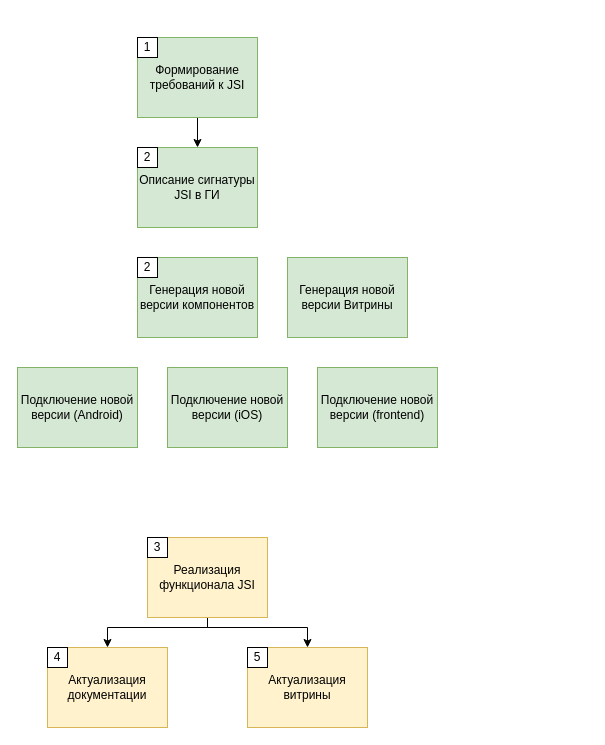
Before: dc-webview-new-flow.drawio in Lomovskiy/drawio, a draw.io diagram. Source tidied: cells renumbered, new cells numbered last; positions are measured from the earlier drawing's top-left corner, leaving out a move shared by most shapes. Both pictures are drawn from the tidied source at 100%, with x=0, y=0 at pixel (17, 37).
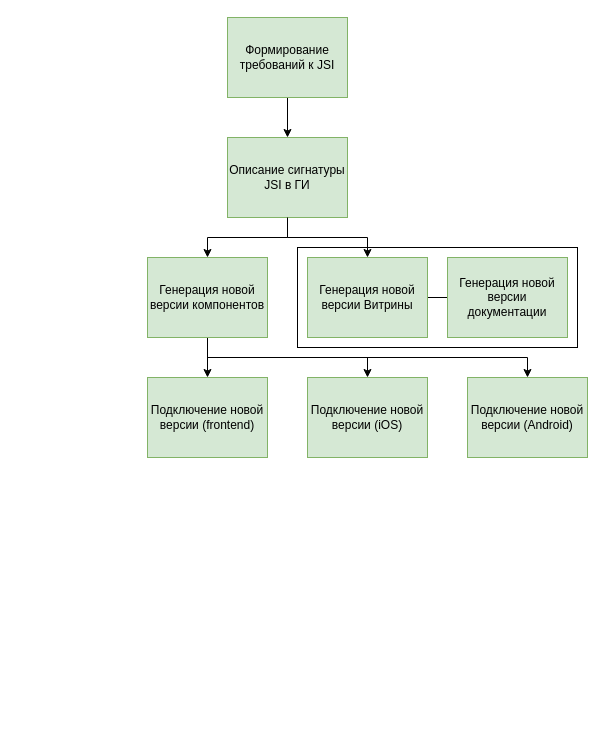
The same page after the edit.

Diff of the diagram source:
```diff
@@
     <mxCell id="3" value="Формирование требований к JSI" style="rounded=0;whiteSpace=wrap;html=1;enumerate=0;fillColor=#d5e8d4;strokeColor=#82b366;" parent="1" vertex="1">
-      <mxGeometry x="120" width="120" height="80" as="geometry" />
+      <mxGeometry x="210" y="-20" width="120" height="80" as="geometry" />
     </mxCell>
+    <mxCell id="21" style="edgeStyle=orthogonalEdgeStyle;rounded=0;jettySize=auto;html=1;exitX=0.5;exitY=1;exitDx=0;exitDy=0;entryX=0.5;entryY=0;entryDx=0;entryDy=0;" parent="1" edge="1" source="4" target="15">
+      <mxGeometry relative="1" as="geometry" />
+    </mxCell>
     <mxCell id="4" value="Описание сигнатуры JSI в ГИ" style="rounded=0;whiteSpace=wrap;html=1;enumerate=0;fillColor=#d5e8d4;strokeColor=#82b366;" parent="1" vertex="1">
-      <mxGeometry x="120" y="110" width="120" height="80" as="geometry" />
+      <mxGeometry x="210" y="100" width="120" height="80" as="geometry" />
     </mxCell>
-    <mxCell id="5" style="edgeStyle=orthogonalEdgeStyle;rounded=0;jettySize=auto;html=1;exitX=0.5;exitY=1;exitDx=0;exitDy=0;entryX=0.5;entryY=0;entryDx=0;entryDy=0;" parent="1" edge="1" source="7" target="8">
-      <mxGeometry relative="1" as="geometry">
-        <Array as="points">
-          <mxPoint x="190" y="590" />
-          <mxPoint x="90" y="590" />
-        </Array>
-      </mxGeometry>
-    </mxCell>
-    <mxCell id="6" style="edgeStyle=orthogonalEdgeStyle;rounded=0;jettySize=auto;html=1;exitX=0.5;exitY=1;exitDx=0;exitDy=0;entryX=0.5;entryY=0;entryDx=0;entryDy=0;" parent="1" edge="1" source="7" target="9">
-      <mxGeometry relative="1" as="geometry">
-        <Array as="points">
-          <mxPoint x="190" y="590" />
-          <mxPoint x="290" y="590" />
-        </Array>
-      </mxGeometry>
-    </mxCell>
-    <mxCell id="7" value="Реализация функционала JSI" style="rounded=0;whiteSpace=wrap;html=1;enumerate=0;fillColor=#fff2cc;strokeColor=#d6b656;" parent="1" vertex="1">
-      <mxGeometry x="130" y="500" width="120" height="80" as="geometry" />
-    </mxCell>
-    <mxCell id="8" value="Актуализация документации" style="rounded=0;whiteSpace=wrap;html=1;enumerate=0;fillColor=#fff2cc;strokeColor=#d6b656;" parent="1" vertex="1">
-      <mxGeometry x="30" y="610" width="120" height="80" as="geometry" />
-    </mxCell>
-    <mxCell id="9" value="Актуализация витрины" style="rounded=0;whiteSpace=wrap;html=1;enumerate=0;fillColor=#fff2cc;strokeColor=#d6b656;" parent="1" vertex="1">
-      <mxGeometry x="230" y="610" width="120" height="80" as="geometry" />
-    </mxCell>
-    <mxCell id="10" value="1" style="rounded=0;whiteSpace=wrap;html=1;" parent="1" vertex="1">
-      <mxGeometry x="120" width="20" height="20" as="geometry" />
-    </mxCell>
-    <mxCell id="11" value="2" style="rounded=0;whiteSpace=wrap;html=1;" parent="1" vertex="1">
-      <mxGeometry x="120" y="110" width="20" height="20" as="geometry" />
-    </mxCell>
-    <mxCell id="12" value="3" style="rounded=0;whiteSpace=wrap;html=1;" parent="1" vertex="1">
-      <mxGeometry x="130" y="500" width="20" height="20" as="geometry" />
-    </mxCell>
-    <mxCell id="13" value="4" style="rounded=0;whiteSpace=wrap;html=1;" parent="1" vertex="1">
-      <mxGeometry x="30" y="610" width="20" height="20" as="geometry" />
-    </mxCell>
-    <mxCell id="14" value="5" style="rounded=0;whiteSpace=wrap;html=1;" parent="1" vertex="1">
-      <mxGeometry x="230" y="610" width="20" height="20" as="geometry" />
-    </mxCell>
+    <mxCell id="22" style="edgeStyle=orthogonalEdgeStyle;rounded=0;jettySize=auto;html=1;exitX=0.5;exitY=1;exitDx=0;exitDy=0;entryX=0.5;entryY=0;entryDx=0;entryDy=0;" parent="1" edge="1" source="15" target="19">
+      <mxGeometry relative="1" as="geometry" />
+    </mxCell>
+    <mxCell id="23" style="edgeStyle=orthogonalEdgeStyle;rounded=0;jettySize=auto;html=1;exitX=0.5;exitY=1;exitDx=0;exitDy=0;entryX=0.5;entryY=0;entryDx=0;entryDy=0;" parent="1" edge="1" source="15" target="18">
+      <mxGeometry relative="1" as="geometry" />
+    </mxCell>
+    <mxCell id="24" style="edgeStyle=orthogonalEdgeStyle;rounded=0;jettySize=auto;html=1;exitX=0.5;exitY=1;exitDx=0;exitDy=0;entryX=0.5;entryY=0;entryDx=0;entryDy=0;" parent="1" edge="1" source="15" target="17">
+      <mxGeometry relative="1" as="geometry" />
+    </mxCell>
     <mxCell id="15" value="Генерация новой версии компонентов" style="rounded=0;whiteSpace=wrap;html=1;enumerate=0;fillColor=#d5e8d4;strokeColor=#82b366;" parent="1" vertex="1">
-      <mxGeometry x="120" y="220" width="120" height="80" as="geometry" />
+      <mxGeometry x="130" y="220" width="120" height="80" as="geometry" />
     </mxCell>
-    <mxCell id="16" value="2" style="rounded=0;whiteSpace=wrap;html=1;" parent="1" vertex="1">
-      <mxGeometry x="120" y="220" width="20" height="20" as="geometry" />
-    </mxCell>
     <mxCell id="17" value="Подключение новой версии (Android)" style="rounded=0;whiteSpace=wrap;html=1;enumerate=0;fillColor=#d5e8d4;strokeColor=#82b366;" parent="1" vertex="1">
-      <mxGeometry y="330" width="120" height="80" as="geometry" />
+      <mxGeometry x="450" y="340" width="120" height="80" as="geometry" />
     </mxCell>
     <mxCell id="18" value="Подключение новой версии (iOS)" style="rounded=0;whiteSpace=wrap;html=1;enumerate=0;fillColor=#d5e8d4;strokeColor=#82b366;" parent="1" vertex="1">
-      <mxGeometry x="150" y="330" width="120" height="80" as="geometry" />
+      <mxGeometry x="290" y="340" width="120" height="80" as="geometry" />
     </mxCell>
     <mxCell id="19" value="Подключение новой версии (frontend)" style="rounded=0;whiteSpace=wrap;html=1;enumerate=0;fillColor=#d5e8d4;strokeColor=#82b366;" parent="1" vertex="1">
-      <mxGeometry x="300" y="330" width="120" height="80" as="geometry" />
+      <mxGeometry x="130" y="340" width="120" height="80" as="geometry" />
     </mxCell>
+    <mxCell id="25" style="edgeStyle=orthogonalEdgeStyle;rounded=0;jettySize=auto;html=1;exitX=1;exitY=0.5;exitDx=0;exitDy=0;entryX=0;entryY=0.5;entryDx=0;entryDy=0;endArrow=none;endFill=0;" parent="1" edge="1" source="20" target="26">
+      <mxGeometry relative="1" as="geometry" />
+    </mxCell>
     <mxCell id="20" value="Генерация новой версии Витрины" style="rounded=0;whiteSpace=wrap;html=1;enumerate=0;fillColor=#d5e8d4;strokeColor=#82b366;" parent="1" vertex="1">
-      <mxGeometry x="270" y="220" width="120" height="80" as="geometry" />
+      <mxGeometry x="290" y="220" width="120" height="80" as="geometry" />
     </mxCell>
+    <mxCell id="26" value="Генерация новой версии документации" style="rounded=0;whiteSpace=wrap;html=1;enumerate=0;fillColor=#d5e8d4;strokeColor=#82b366;" parent="1" vertex="1">
+      <mxGeometry x="430" y="220" width="120" height="80" as="geometry" />
+    </mxCell>
+    <mxCell id="27" style="rounded=0;whiteSpace=wrap;html=1;fillColor=none;" parent="1" vertex="1">
+      <mxGeometry x="280" y="210" width="280" height="100" as="geometry" />
+    </mxCell>
+    <mxCell id="28" style="edgeStyle=orthogonalEdgeStyle;rounded=0;jettySize=auto;html=1;exitX=0.5;exitY=1;exitDx=0;exitDy=0;entryX=0.25;entryY=0.1;entryDx=0;entryDy=0;entryPerimeter=0;" parent="1" edge="1" source="4" target="27">
+      <mxGeometry relative="1" as="geometry" />
+    </mxCell>
```
